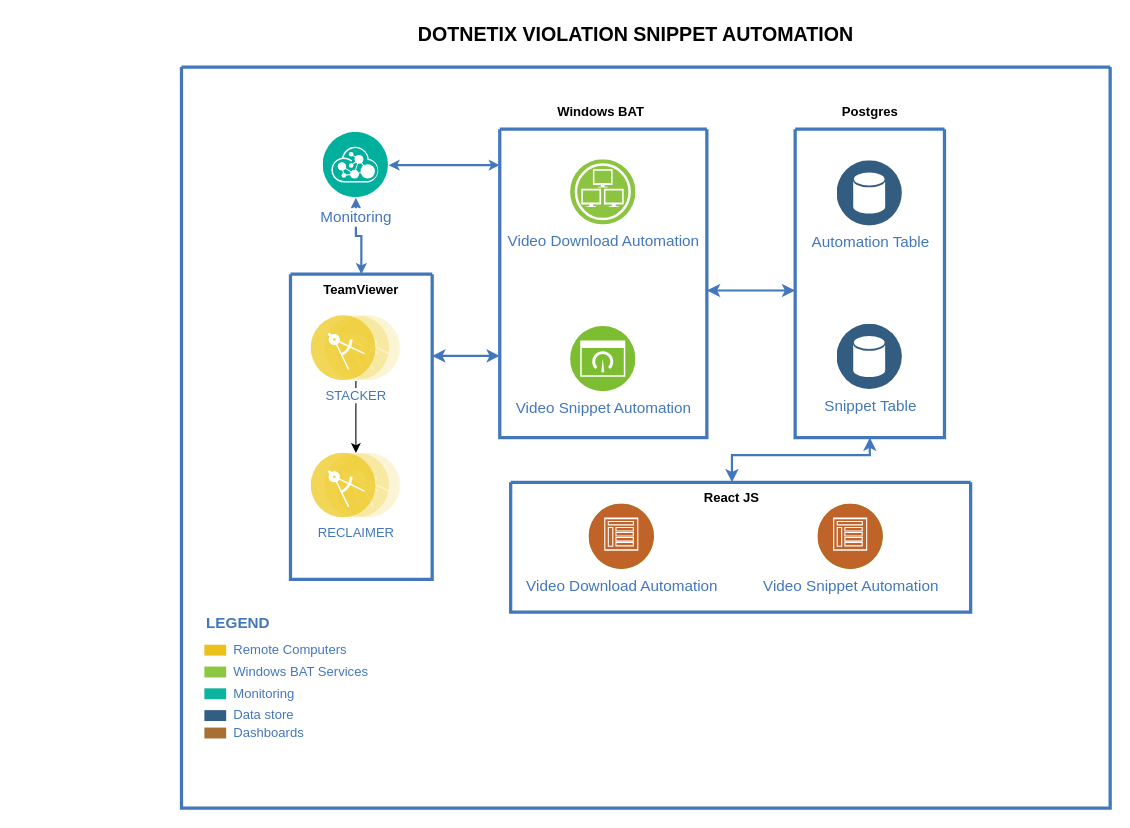
This is dotnetix_architecture.drawio from Raptor-Tech/Diagram, a draw.io file, before an edit. Source tidied: cells renumbered, new cells numbered last; positions are measured from the earlier drawing's top-left corner, leaving out a move shared by most shapes. Both pictures are drawn from the tidied source at 109%, with x=0, y=0 at pixel (181, 19).
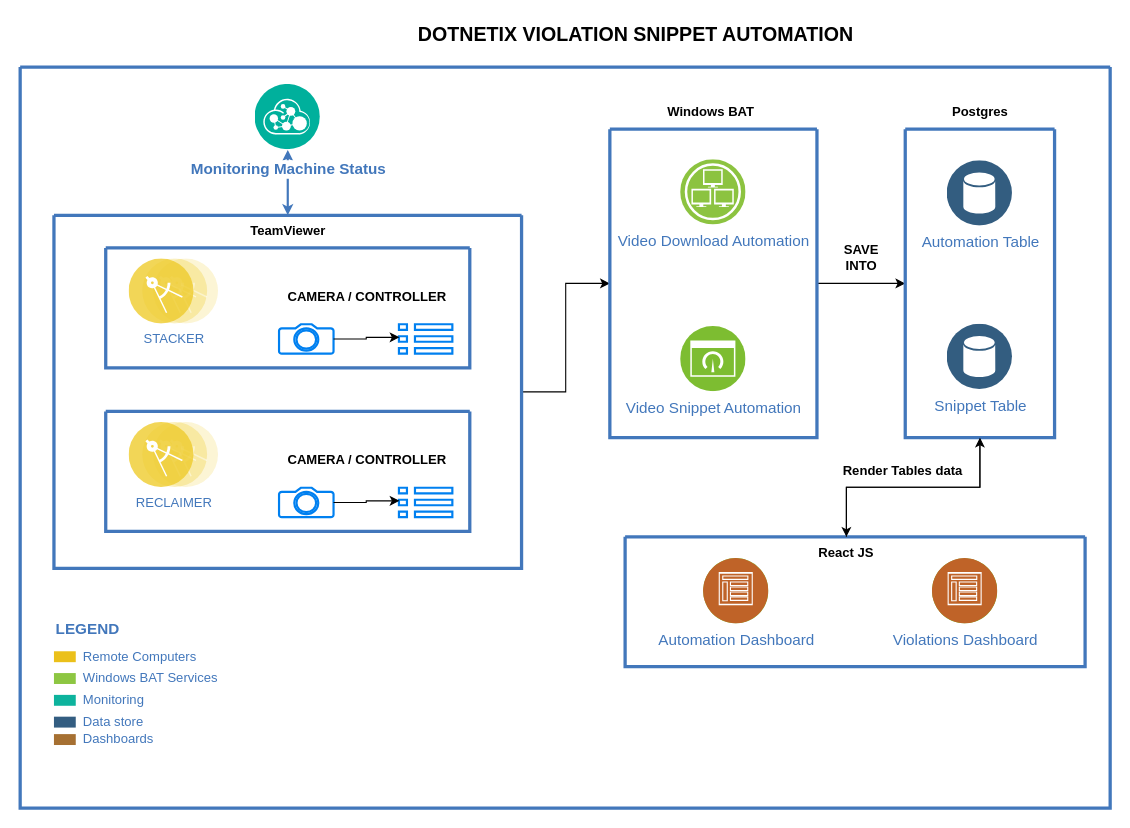
After the change.

The change refers to these unchanged cells:
```xml
<mxCell id="29" value="&lt;b&gt;React JS&lt;/b&gt;" style="text;strokeColor=none;align=center;fillColor=none;html=1;verticalAlign=middle;whiteSpace=wrap;rounded=0;" parent="24" vertex="1">
  <mxGeometry x="124" width="158" height="30" as="geometry" />
</mxCell>
```

Change to the diagram source:
```diff
@@
     <mxCell id="2" style="swimlane;shadow=0;strokeColor=#4277BB;fillColor=#ffffff;fontColor=#4277BB;align=right;startSize=0;strokeWidth=3;" parent="1" vertex="1">
-      <mxGeometry y="44" width="852" height="680" as="geometry" />
+      <mxGeometry x="-148" y="44" width="1000" height="680" as="geometry" />
     </mxCell>
-    <mxCell id="3" style="edgeStyle=elbowEdgeStyle;rounded=0;elbow=vertical;html=1;labelBackgroundColor=#ffffff;startArrow=classic;startFill=1;startSize=4;endArrow=classic;endFill=1;endSize=4;jettySize=auto;strokeColor=#4277BB;strokeWidth=2;fontSize=14;fontColor=#4277BB;" parent="2" edge="1" source="12" target="18">
-      <mxGeometry relative="1" as="geometry" />
-    </mxCell>
-    <mxCell id="4" style="edgeStyle=elbowEdgeStyle;rounded=0;elbow=vertical;html=1;labelBackgroundColor=#ffffff;startArrow=classic;startFill=1;endArrow=classic;endFill=1;jettySize=auto;strokeColor=#4277BB;strokeWidth=2;fontSize=14;fontColor=#4277BB;" parent="2" edge="1" source="13" target="18">
-      <mxGeometry relative="1" as="geometry" />
-    </mxCell>
-    <mxCell id="5" style="edgeStyle=elbowEdgeStyle;rounded=0;elbow=vertical;html=1;entryX=0;entryY=0.522;entryPerimeter=0;labelBackgroundColor=#ffffff;startArrow=classic;startFill=1;endArrow=classic;endFill=1;jettySize=auto;strokeColor=#4277BB;strokeWidth=2;fontSize=14;fontColor=#4277BB;" parent="2" edge="1" source="18" target="21">
-      <mxGeometry relative="1" as="geometry" />
-    </mxCell>
-    <mxCell id="6" style="edgeStyle=elbowEdgeStyle;rounded=0;elbow=vertical;html=1;labelBackgroundColor=#ffffff;startArrow=classic;startFill=1;startSize=4;endArrow=classic;endFill=1;endSize=4;jettySize=auto;strokeColor=#4277BB;strokeWidth=2;fontSize=14;fontColor=#4277BB;" parent="2" edge="1" source="12" target="13">
-      <mxGeometry relative="1" as="geometry" />
-    </mxCell>
     <mxCell id="7" value="Remote Computers" style="rounded=0;html=1;shadow=0;labelBackgroundColor=none;strokeColor=none;strokeWidth=2;fillColor=#EBC01A;gradientColor=none;fontSize=12;fontColor=#4277BB;align=left;labelPosition=right;verticalLabelPosition=middle;verticalAlign=middle;spacingLeft=5;" parent="2" vertex="1">
-      <mxGeometry x="21" y="530" width="20" height="10" as="geometry" />
+      <mxGeometry x="31" y="536" width="20" height="10" as="geometry" />
     </mxCell>
     <mxCell id="8" value="Windows BAT Services" style="rounded=0;html=1;shadow=0;labelBackgroundColor=none;strokeColor=none;strokeWidth=2;fillColor=#8DC642;gradientColor=none;fontSize=12;fontColor=#4277BB;align=left;labelPosition=right;verticalLabelPosition=middle;verticalAlign=middle;spacingLeft=5;" parent="2" vertex="1">
-      <mxGeometry x="21" y="550" width="20" height="10" as="geometry" />
+      <mxGeometry x="31" y="556" width="20" height="10" as="geometry" />
     </mxCell>
     <mxCell id="9" value="Monitoring" style="rounded=0;html=1;shadow=0;labelBackgroundColor=none;strokeColor=none;strokeWidth=2;fillColor=#0DB39D;gradientColor=none;fontSize=12;fontColor=#4277BB;align=left;labelPosition=right;verticalLabelPosition=middle;verticalAlign=middle;spacingLeft=5;" parent="2" vertex="1">
-      <mxGeometry x="21" y="570" width="20" height="10" as="geometry" />
+      <mxGeometry x="31" y="576" width="20" height="10" as="geometry" />
     </mxCell>
     <mxCell id="10" value="Data store" style="rounded=0;html=1;shadow=0;labelBackgroundColor=none;strokeColor=none;strokeWidth=2;fillColor=#335D81;gradientColor=none;fontSize=12;fontColor=#4277BB;align=left;labelPosition=right;verticalLabelPosition=middle;verticalAlign=middle;spacingLeft=5;" parent="2" vertex="1">
-      <mxGeometry x="21" y="590" width="20" height="10" as="geometry" />
+      <mxGeometry x="31" y="596" width="20" height="10" as="geometry" />
     </mxCell>
     <mxCell id="11" value="LEGEND" style="text;html=1;align=left;verticalAlign=middle;fontColor=#4277BB;shadow=0;dashed=0;strokeColor=none;fillColor=none;labelBackgroundColor=none;fontStyle=1;fontSize=14;spacingLeft=0;" parent="2" vertex="1">
-      <mxGeometry x="21" y="500" width="150" height="20" as="geometry" />
+      <mxGeometry x="31" y="506" width="150" height="20" as="geometry" />
     </mxCell>
-    <mxCell id="12" value="Monitoring" style="perimeter=ellipsePerimeter;html=1;align=center;shadow=0;dashed=0;image;image=img/lib/ibm/management/api_management.svg;rounded=1;labelBackgroundColor=#ffffff;strokeColor=#666666;strokeWidth=3;fillColor=#C2952D;gradientColor=none;fontSize=14;fontColor=#4277BB;spacingTop=3;" parent="2" vertex="1">
-      <mxGeometry x="130" y="60" width="60" height="60" as="geometry" />
-    </mxCell>
-    <mxCell id="13" style="swimlane;shadow=0;strokeColor=#4277BB;fillColor=#ffffff;fontColor=#4277BB;align=right;startSize=0;strokeWidth=3;" parent="2" vertex="1">
-      <mxGeometry x="100" y="190" width="130" height="280" as="geometry" />
-    </mxCell>
-    <mxCell id="14" style="edgeStyle=orthogonalEdgeStyle;rounded=0;jettySize=auto;html=1;" parent="13" edge="1" source="15" target="16">
-      <mxGeometry relative="1" as="geometry" />
-    </mxCell>
-    <mxCell id="15" value="STACKER" style="perimeter=ellipsePerimeter;html=1;align=center;shadow=0;dashed=0;image;image=img/lib/ibm/applications/microservice.svg;labelBackgroundColor=#ffffff;strokeColor=#666666;strokeWidth=3;fillColor=#C2952D;gradientColor=none;fontSize=12;fontColor=#4277BB;" parent="13" vertex="1">
-      <mxGeometry x="19" y="38" width="82" height="60" as="geometry" />
-    </mxCell>
-    <mxCell id="16" value="RECLAIMER" style="perimeter=ellipsePerimeter;html=1;align=center;shadow=0;dashed=0;image;image=img/lib/ibm/applications/microservice.svg;labelBackgroundColor=#ffffff;strokeColor=#666666;strokeWidth=3;fillColor=#C2952D;gradientColor=none;fontSize=12;fontColor=#4277BB;" parent="13" vertex="1">
-      <mxGeometry x="19" y="164" width="82" height="60" as="geometry" />
-    </mxCell>
-    <mxCell id="17" value="&lt;b&gt;TeamViewer&lt;/b&gt;" style="text;strokeColor=none;align=center;fillColor=none;html=1;verticalAlign=middle;whiteSpace=wrap;rounded=0;" parent="13" vertex="1">
-      <mxGeometry x="-14" width="158" height="30" as="geometry" />
-    </mxCell>
+    <mxCell id="4" style="edgeStyle=orthogonalEdgeStyle;rounded=0;jettySize=auto;html=1;entryX=0;entryY=0.5;entryDx=0;entryDy=0;" parent="2" edge="1" source="13" target="18">
+      <mxGeometry relative="1" as="geometry" />
+    </mxCell>
+    <mxCell id="5" style="edgeStyle=orthogonalEdgeStyle;rounded=0;jettySize=auto;html=1;entryX=0;entryY=0.5;entryDx=0;entryDy=0;" parent="2" edge="1" source="18" target="21">
+      <mxGeometry relative="1" as="geometry" />
+    </mxCell>
     <mxCell id="18" style="swimlane;shadow=0;strokeColor=#4277BB;fillColor=#ffffff;fontColor=#4277BB;align=right;startSize=0;strokeWidth=3;" parent="2" vertex="1">
-      <mxGeometry x="292" y="57" width="190" height="283" as="geometry" />
+      <mxGeometry x="541" y="57" width="190" height="283" as="geometry" />
     </mxCell>
@@
+    <mxCell id="33" style="edgeStyle=orthogonalEdgeStyle;rounded=0;jettySize=auto;html=1;exitX=0.5;exitY=1;exitDx=0;exitDy=0;entryX=0.5;entryY=0;entryDx=0;entryDy=0;" parent="2" edge="1" source="21" target="29">
+      <mxGeometry relative="1" as="geometry" />
+    </mxCell>
     <mxCell id="21" style="swimlane;shadow=0;strokeColor=#4277BB;fillColor=#ffffff;fontColor=#4277BB;align=right;startSize=0;strokeWidth=3;" parent="2" vertex="1">
-      <mxGeometry x="563" y="57" width="137" height="283" as="geometry" />
+      <mxGeometry x="812" y="57" width="137" height="283" as="geometry" />
     </mxCell>
@@
     <mxCell id="24" style="swimlane;shadow=0;strokeColor=#4277BB;fillColor=#ffffff;fontColor=#4277BB;align=right;startSize=0;strokeWidth=3;" parent="2" vertex="1">
-      <mxGeometry x="302" y="381" width="422" height="119" as="geometry" />
+      <mxGeometry x="555" y="431" width="422" height="119" as="geometry" />
     </mxCell>
-    <mxCell id="25" value="Video Download Automation" style="perimeter=ellipsePerimeter;html=1;align=center;shadow=0;dashed=0;image;image=img/lib/ibm/infrastructure/infrastructure_services.svg;rounded=1;labelBackgroundColor=#ffffff;strokeColor=#666666;strokeWidth=3;fillColor=#C2952D;gradientColor=none;fontSize=14;fontColor=#4277BB;" parent="24" vertex="1">
+    <mxCell id="25" value="Automation Dashboard" style="perimeter=ellipsePerimeter;html=1;align=center;shadow=0;dashed=0;image;image=img/lib/ibm/infrastructure/infrastructure_services.svg;rounded=1;labelBackgroundColor=#ffffff;strokeColor=#666666;strokeWidth=3;fillColor=#C2952D;gradientColor=none;fontSize=14;fontColor=#4277BB;" parent="24" vertex="1">
       <mxGeometry x="72" y="20" width="60" height="60" as="geometry" />
     </mxCell>
-    <mxCell id="26" value="Video Snippet Automation" style="perimeter=ellipsePerimeter;html=1;align=center;shadow=0;dashed=0;image;image=img/lib/ibm/infrastructure/dashboard.svg;rounded=1;labelBackgroundColor=#ffffff;strokeColor=#666666;strokeWidth=3;fillColor=#C2952D;gradientColor=none;fontSize=14;fontColor=#4277BB;" parent="24" vertex="1">
+    <mxCell id="26" value="Violations Dashboard" style="perimeter=ellipsePerimeter;html=1;align=center;shadow=0;dashed=0;image;image=img/lib/ibm/infrastructure/dashboard.svg;rounded=1;labelBackgroundColor=#ffffff;strokeColor=#666666;strokeWidth=3;fillColor=#C2952D;gradientColor=none;fontSize=14;fontColor=#4277BB;" parent="24" vertex="1">
       <mxGeometry x="282" y="20" width="60" height="60" as="geometry" />
     </mxCell>
@@
     <mxCell id="30" value="&lt;b&gt;Windows BAT&lt;/b&gt;" style="text;strokeColor=none;align=center;fillColor=none;html=1;verticalAlign=middle;whiteSpace=wrap;rounded=0;" parent="2" vertex="1">
-      <mxGeometry x="306" y="26" width="158" height="30" as="geometry" />
+      <mxGeometry x="555" y="26" width="158" height="30" as="geometry" />
     </mxCell>
     <mxCell id="31" value="&lt;b&gt;Postgres&lt;/b&gt;" style="text;strokeColor=none;align=center;fillColor=none;html=1;verticalAlign=middle;whiteSpace=wrap;rounded=0;" parent="2" vertex="1">
-      <mxGeometry x="552.5" y="26" width="158" height="30" as="geometry" />
+      <mxGeometry x="801.5" y="26" width="158" height="30" as="geometry" />
     </mxCell>
     <mxCell id="32" value="Dashboards" style="rounded=0;html=1;shadow=0;labelBackgroundColor=none;strokeColor=none;strokeWidth=2;fillColor=#A67032;gradientColor=none;fontSize=12;fontColor=#4277BB;align=left;labelPosition=right;verticalLabelPosition=middle;verticalAlign=middle;spacingLeft=5;" parent="2" vertex="1">
-      <mxGeometry x="21" y="606" width="20" height="10" as="geometry" />
+      <mxGeometry x="31" y="612" width="20" height="10" as="geometry" />
     </mxCell>
-    <mxCell id="33" style="edgeStyle=elbowEdgeStyle;rounded=0;elbow=vertical;html=1;labelBackgroundColor=#ffffff;startArrow=classic;startFill=1;endArrow=classic;endFill=1;jettySize=auto;strokeColor=#4277BB;strokeWidth=2;fontSize=14;fontColor=#4277BB;exitX=0.5;exitY=1;exitDx=0;exitDy=0;entryX=0.5;entryY=0;entryDx=0;entryDy=0;" parent="2" edge="1" source="21" target="29">
-      <mxGeometry relative="1" as="geometry">
-        <Array as="points">
-          <mxPoint x="542" y="356" />
-          <mxPoint x="662" y="436" />
-          <mxPoint x="682" y="396" />
-          <mxPoint x="702" y="386" />
-          <mxPoint x="732" y="456" />
-        </Array>
-      </mxGeometry>
-    </mxCell>
+    <mxCell id="35" value="&lt;b&gt;SAVE INTO&lt;/b&gt;" style="text;strokeColor=none;align=center;fillColor=none;html=1;verticalAlign=middle;whiteSpace=wrap;rounded=0;" parent="2" vertex="1">
+      <mxGeometry x="741.5" y="160" width="60" height="30" as="geometry" />
+    </mxCell>
+    <mxCell id="36" value="&lt;b&gt;Render Tables data&lt;/b&gt;" style="text;strokeColor=none;align=center;fillColor=none;html=1;verticalAlign=middle;whiteSpace=wrap;rounded=0;" parent="2" vertex="1">
+      <mxGeometry x="731" y="356" width="158" height="30" as="geometry" />
+    </mxCell>
+    <mxCell id="37" style="edgeStyle=orthogonalEdgeStyle;rounded=0;jettySize=auto;html=1;exitX=0.5;exitY=0;exitDx=0;exitDy=0;entryX=0.5;entryY=1;entryDx=0;entryDy=0;" parent="2" edge="1" source="29" target="21">
+      <mxGeometry relative="1" as="geometry" />
+    </mxCell>
+    <mxCell id="6" style="edgeStyle=elbowEdgeStyle;rounded=0;elbow=vertical;html=1;labelBackgroundColor=#ffffff;startArrow=classic;startFill=1;startSize=4;endArrow=classic;endFill=1;endSize=4;jettySize=auto;strokeColor=#4277BB;strokeWidth=2;fontSize=14;fontColor=#4277BB;" parent="2" edge="1" source="12" target="13">
+      <mxGeometry relative="1" as="geometry" />
+    </mxCell>
+    <mxCell id="12" value="&lt;b&gt;Monitoring Machine Status&lt;/b&gt;" style="perimeter=ellipsePerimeter;html=1;align=center;shadow=0;dashed=0;image;image=img/lib/ibm/management/api_management.svg;rounded=1;labelBackgroundColor=#ffffff;strokeColor=#666666;strokeWidth=3;fillColor=#C2952D;gradientColor=none;fontSize=14;fontColor=#4277BB;spacingTop=3;" parent="2" vertex="1">
+      <mxGeometry x="215.5" y="16" width="60" height="60" as="geometry" />
+    </mxCell>
+    <mxCell id="13" style="swimlane;shadow=0;strokeColor=#4277BB;fillColor=#ffffff;fontColor=#4277BB;align=right;startSize=0;strokeWidth=3;" parent="2" vertex="1">
+      <mxGeometry x="31" y="136" width="429" height="324" as="geometry" />
+    </mxCell>
+    <mxCell id="17" value="&lt;b&gt;TeamViewer&lt;/b&gt;" style="text;strokeColor=none;align=center;fillColor=none;html=1;verticalAlign=middle;whiteSpace=wrap;rounded=0;" parent="13" vertex="1">
+      <mxGeometry x="135.5" width="158" height="30" as="geometry" />
+    </mxCell>
+    <mxCell id="38" style="swimlane;shadow=0;strokeColor=#4277BB;fillColor=#ffffff;fontColor=#4277BB;align=right;startSize=0;strokeWidth=3;" parent="13" vertex="1">
+      <mxGeometry x="47.5" y="30" width="334" height="110" as="geometry" />
+    </mxCell>
+    <mxCell id="39" style="html=1;verticalLabelPosition=bottom;align=center;labelBackgroundColor=#ffffff;verticalAlign=top;strokeWidth=2;strokeColor=#0080F0;shadow=0;dashed=0;shape=mxgraph.ios7.icons.camera;" parent="38" vertex="1">
+      <mxGeometry x="159" y="70" width="50" height="27" as="geometry" />
+    </mxCell>
+    <mxCell id="40" style="html=1;verticalLabelPosition=bottom;align=center;labelBackgroundColor=#ffffff;verticalAlign=top;strokeWidth=2;strokeColor=#0080F0;shadow=0;dashed=0;shape=mxgraph.ios7.icons.preferences;" parent="38" vertex="1">
+      <mxGeometry x="269" y="70" width="49" height="27" as="geometry" />
+    </mxCell>
+    <mxCell id="41" style="edgeStyle=orthogonalEdgeStyle;rounded=0;jettySize=auto;html=1;entryX=0.01;entryY=0.444;entryDx=0;entryDy=0;entryPerimeter=0;" parent="38" edge="1" source="39" target="40">
+      <mxGeometry relative="1" as="geometry" />
+    </mxCell>
+    <mxCell id="42" value="&lt;b&gt;CAMERA / CONTROLLER&lt;/b&gt;" style="text;strokeColor=none;align=center;fillColor=none;html=1;verticalAlign=middle;whiteSpace=wrap;rounded=0;" parent="38" vertex="1">
+      <mxGeometry x="159" y="30" width="161" height="30" as="geometry" />
+    </mxCell>
+    <mxCell id="15" value="STACKER" style="perimeter=ellipsePerimeter;html=1;align=center;shadow=0;dashed=0;image;image=img/lib/ibm/applications/microservice.svg;labelBackgroundColor=#ffffff;strokeColor=#666666;strokeWidth=3;fillColor=#C2952D;gradientColor=none;fontSize=12;fontColor=#4277BB;" parent="38" vertex="1">
+      <mxGeometry x="21.5" y="10" width="82" height="60" as="geometry" />
+    </mxCell>
+    <mxCell id="43" style="swimlane;shadow=0;strokeColor=#4277BB;fillColor=#ffffff;fontColor=#4277BB;align=right;startSize=0;strokeWidth=3;" parent="13" vertex="1">
+      <mxGeometry x="47.5" y="180" width="334" height="110" as="geometry" />
+    </mxCell>
+    <mxCell id="44" style="html=1;verticalLabelPosition=bottom;align=center;labelBackgroundColor=#ffffff;verticalAlign=top;strokeWidth=2;strokeColor=#0080F0;shadow=0;dashed=0;shape=mxgraph.ios7.icons.camera;" parent="43" vertex="1">
+      <mxGeometry x="159" y="70" width="50" height="27" as="geometry" />
+    </mxCell>
+    <mxCell id="45" style="html=1;verticalLabelPosition=bottom;align=center;labelBackgroundColor=#ffffff;verticalAlign=top;strokeWidth=2;strokeColor=#0080F0;shadow=0;dashed=0;shape=mxgraph.ios7.icons.preferences;" parent="43" vertex="1">
+      <mxGeometry x="269" y="70" width="49" height="27" as="geometry" />
+    </mxCell>
+    <mxCell id="46" style="edgeStyle=orthogonalEdgeStyle;rounded=0;jettySize=auto;html=1;entryX=0.01;entryY=0.444;entryDx=0;entryDy=0;entryPerimeter=0;" parent="43" edge="1" source="44" target="45">
+      <mxGeometry relative="1" as="geometry" />
+    </mxCell>
+    <mxCell id="47" value="&lt;b&gt;CAMERA / CONTROLLER&lt;/b&gt;" style="text;strokeColor=none;align=center;fillColor=none;html=1;verticalAlign=middle;whiteSpace=wrap;rounded=0;" parent="43" vertex="1">
+      <mxGeometry x="159" y="30" width="161" height="30" as="geometry" />
+    </mxCell>
+    <mxCell id="16" value="RECLAIMER" style="perimeter=ellipsePerimeter;html=1;align=center;shadow=0;dashed=0;image;image=img/lib/ibm/applications/microservice.svg;labelBackgroundColor=#ffffff;strokeColor=#666666;strokeWidth=3;fillColor=#C2952D;gradientColor=none;fontSize=12;fontColor=#4277BB;" parent="43" vertex="1">
+      <mxGeometry x="21.5" y="10" width="82" height="60" as="geometry" />
+    </mxCell>
```
